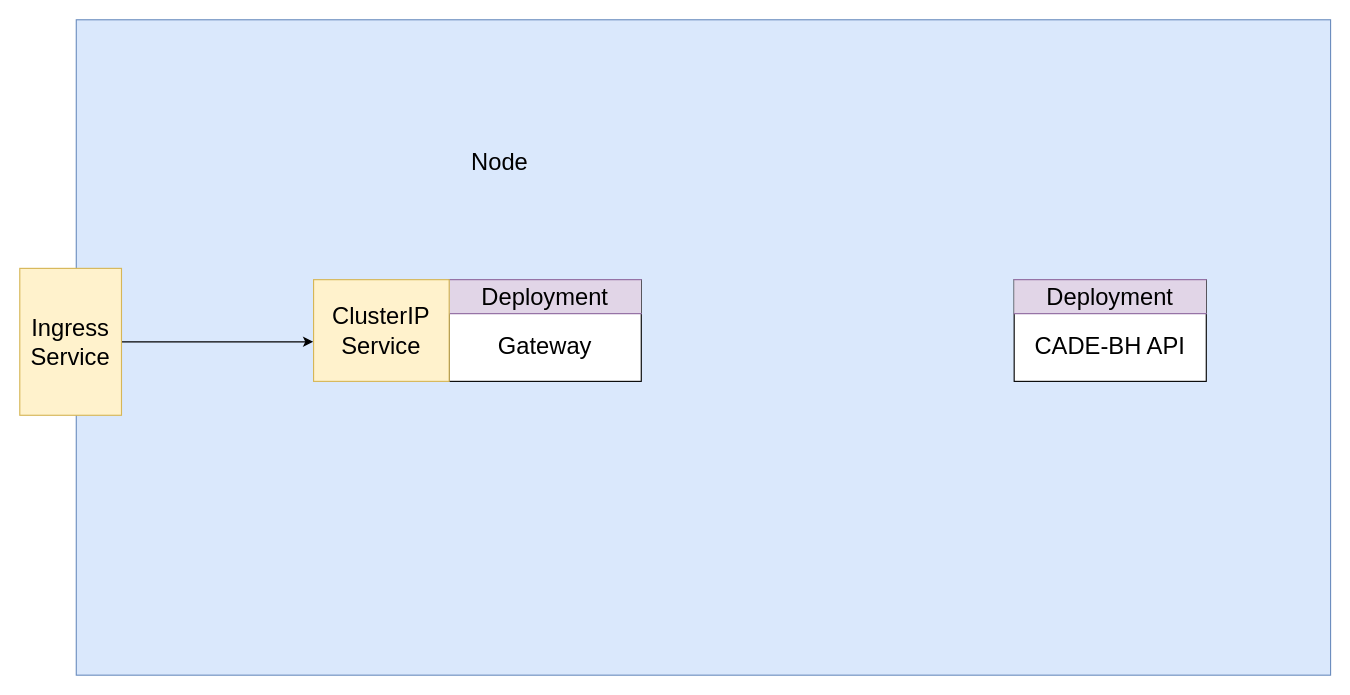
Before: Untitled Diagram.drawio in durgeshpatel7317/diagrams, a draw.io diagram. Source tidied: cells renumbered, new cells numbered last; positions are measured from the earlier drawing's top-left corner, leaving out a move shared by most shapes. Both pictures are drawn from the tidied source at 113%, with x=0, y=0 at pixel (19, 19).
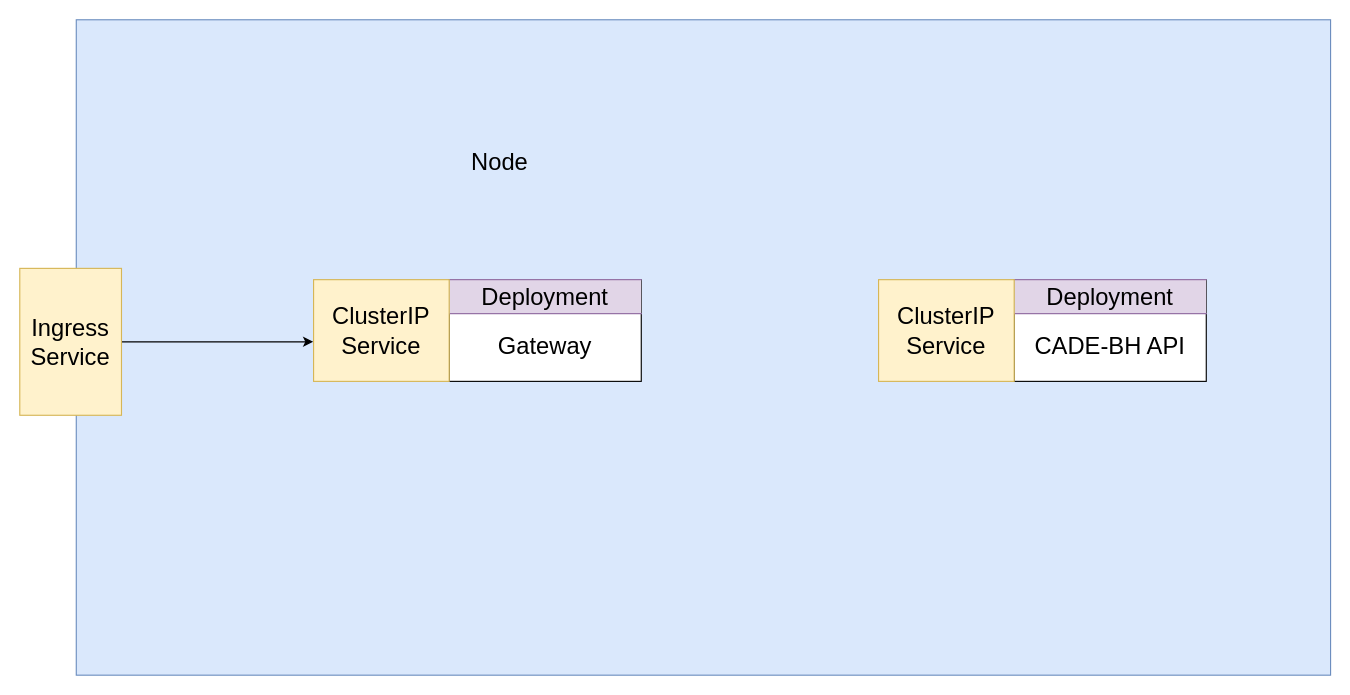
After the change.

What changed in the source:
```diff
@@
 <mxGraphModel>
   <root>
     <mxCell id="0" />
     <mxCell id="1" parent="0" />
     <mxCell id="2" style="rounded=0;whiteSpace=wrap;html=1;fillColor=#dae8fc;strokeColor=#6c8ebf;" parent="1" vertex="1">
       <mxGeometry x="50" width="1110" height="580" as="geometry" />
     </mxCell>
     <mxCell id="3" value="&lt;br&gt;Gateway" style="rounded=0;whiteSpace=wrap;html=1;fontSize=21;" parent="1" vertex="1">
       <mxGeometry x="380" y="230" width="170" height="90" as="geometry" />
     </mxCell>
     <mxCell id="4" value="Node" style="text;html=1;strokeColor=none;fillColor=none;align=center;verticalAlign=middle;whiteSpace=wrap;rounded=0;fontSize=21;" parent="1" vertex="1">
       <mxGeometry x="395" y="110" width="60" height="30" as="geometry" />
     </mxCell>
     <mxCell id="5" style="edgeStyle=orthogonalEdgeStyle;rounded=0;jettySize=auto;html=1;exitX=1;exitY=0.5;exitDx=0;exitDy=0;entryX=-0.003;entryY=0.611;entryDx=0;entryDy=0;entryPerimeter=0;fontSize=21;" parent="1" edge="1" source="6" target="8">
       <mxGeometry relative="1" as="geometry" />
     </mxCell>
     <mxCell id="6" value="Ingress Service" style="rounded=0;whiteSpace=wrap;html=1;fontSize=21;fillColor=#fff2cc;strokeColor=#d6b656;" parent="1" vertex="1">
       <mxGeometry y="220" width="90" height="130" as="geometry" />
     </mxCell>
     <mxCell id="7" value="Deployment" style="shape=partialRectangle;whiteSpace=wrap;html=1;left=0;right=0;fillColor=#e1d5e7;fontSize=21;strokeColor=#9673a6;" parent="1" vertex="1">
       <mxGeometry x="380" y="230" width="170" height="30" as="geometry" />
     </mxCell>
     <mxCell id="8" value="ClusterIP Service" style="rounded=0;whiteSpace=wrap;html=1;fontSize=21;fillColor=#fff2cc;strokeColor=#d6b656;" parent="1" vertex="1">
       <mxGeometry x="260" y="230" width="120" height="90" as="geometry" />
     </mxCell>
     <mxCell id="9" value="&lt;br&gt;CADE-BH API" style="rounded=0;whiteSpace=wrap;html=1;fontSize=21;" parent="1" vertex="1">
       <mxGeometry x="880" y="230" width="170" height="90" as="geometry" />
     </mxCell>
     <mxCell id="10" value="Deployment" style="shape=partialRectangle;whiteSpace=wrap;html=1;left=0;right=0;fillColor=#e1d5e7;fontSize=21;strokeColor=#9673a6;" parent="1" vertex="1">
       <mxGeometry x="880" y="230" width="170" height="30" as="geometry" />
     </mxCell>
+    <mxCell id="11" value="ClusterIP Service" style="rounded=0;whiteSpace=wrap;html=1;fontSize=21;fillColor=#fff2cc;strokeColor=#d6b656;" parent="1" vertex="1">
+      <mxGeometry x="760" y="230" width="120" height="90" as="geometry" />
+    </mxCell>
   </root>
 </mxGraphModel>
```
